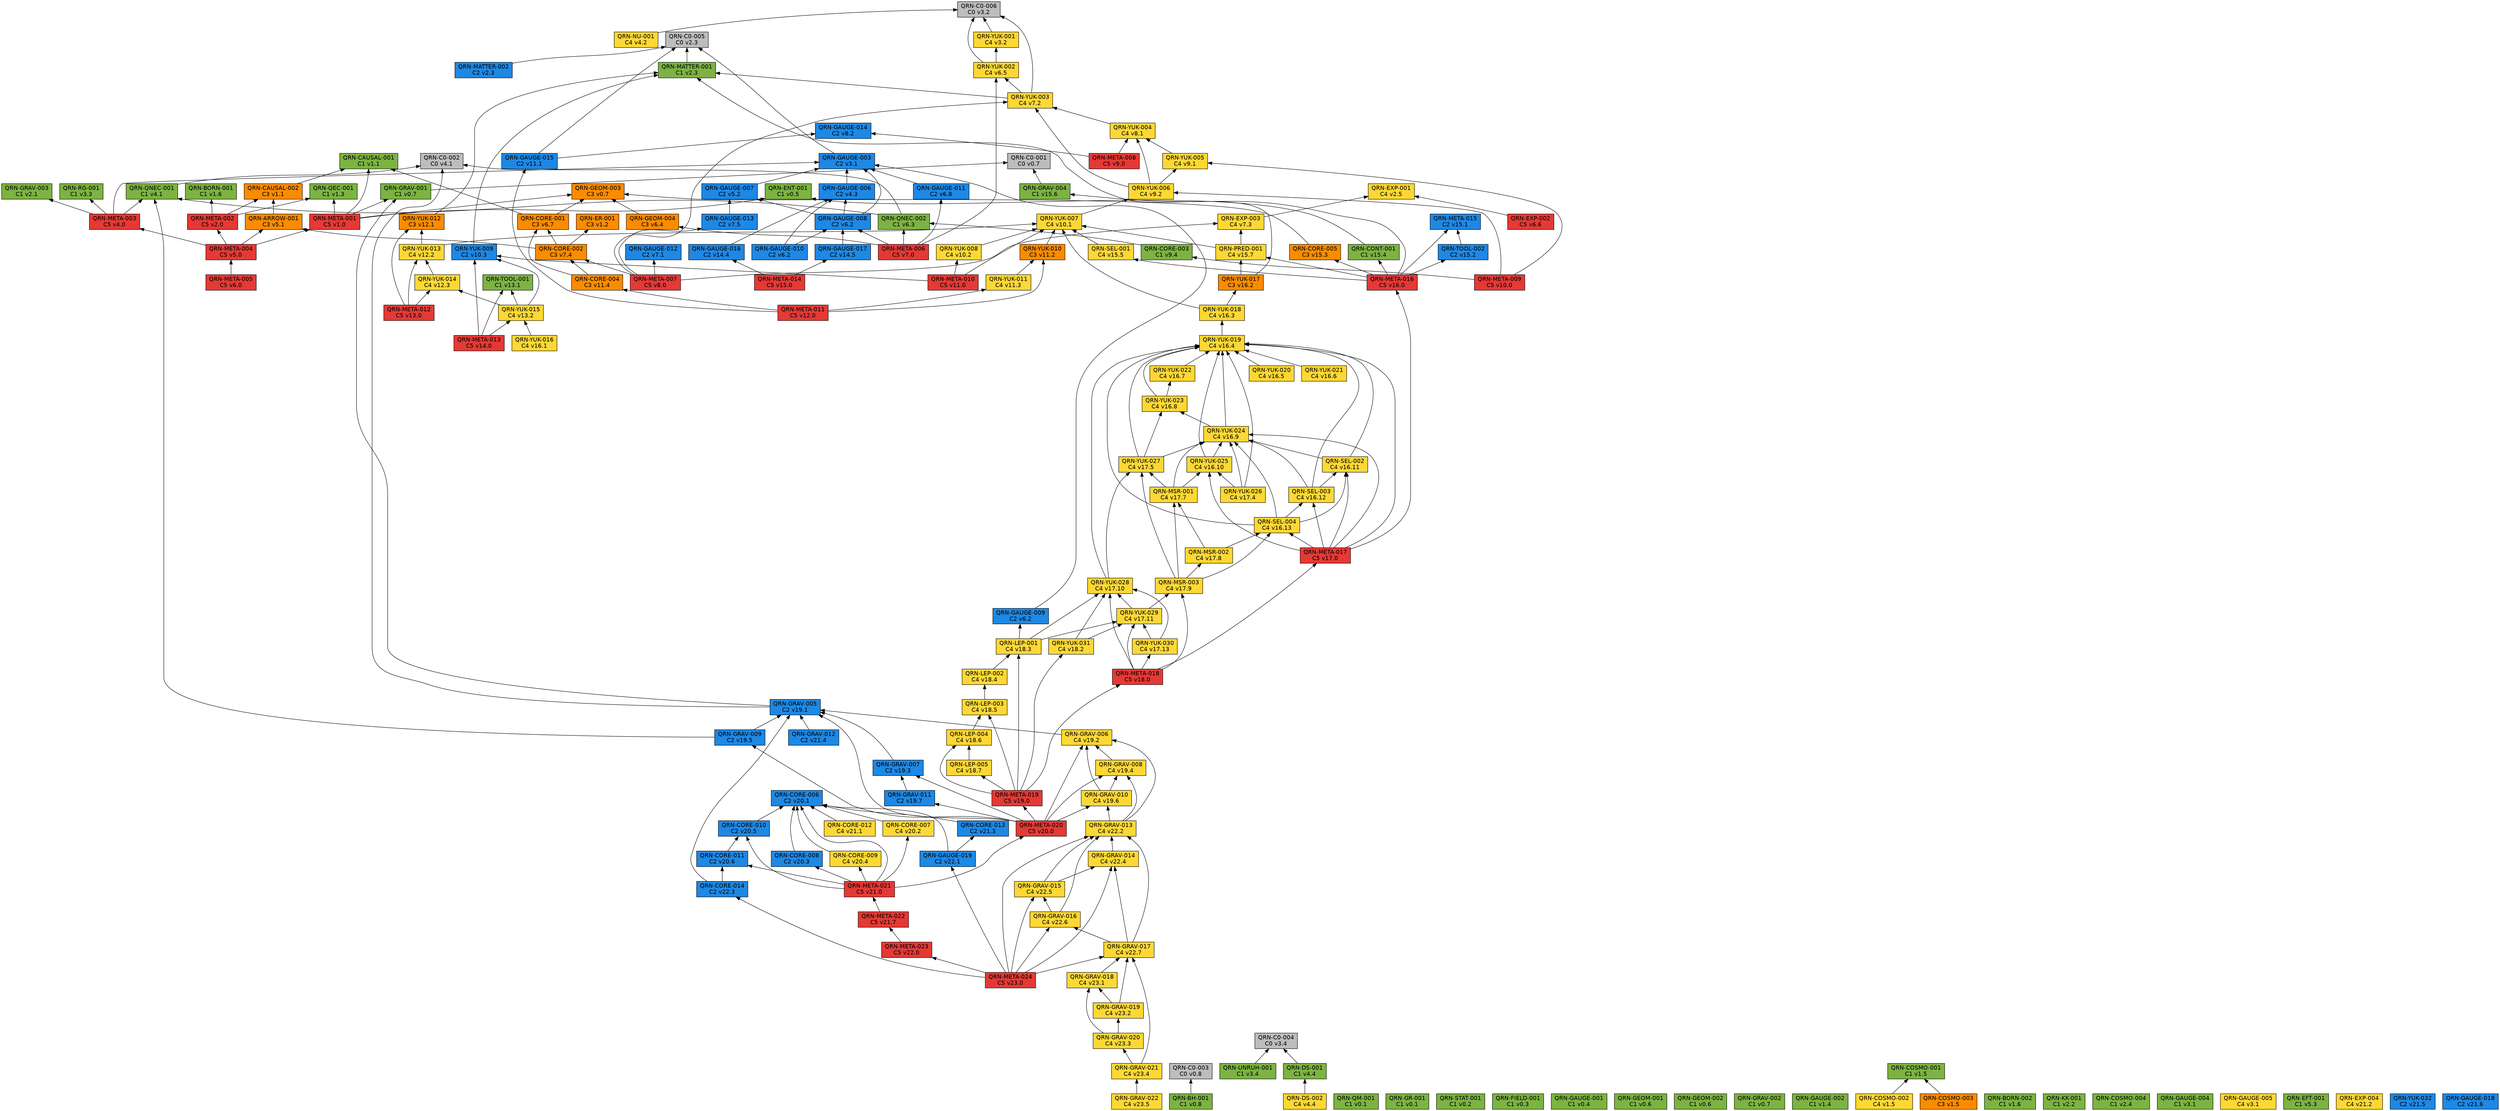
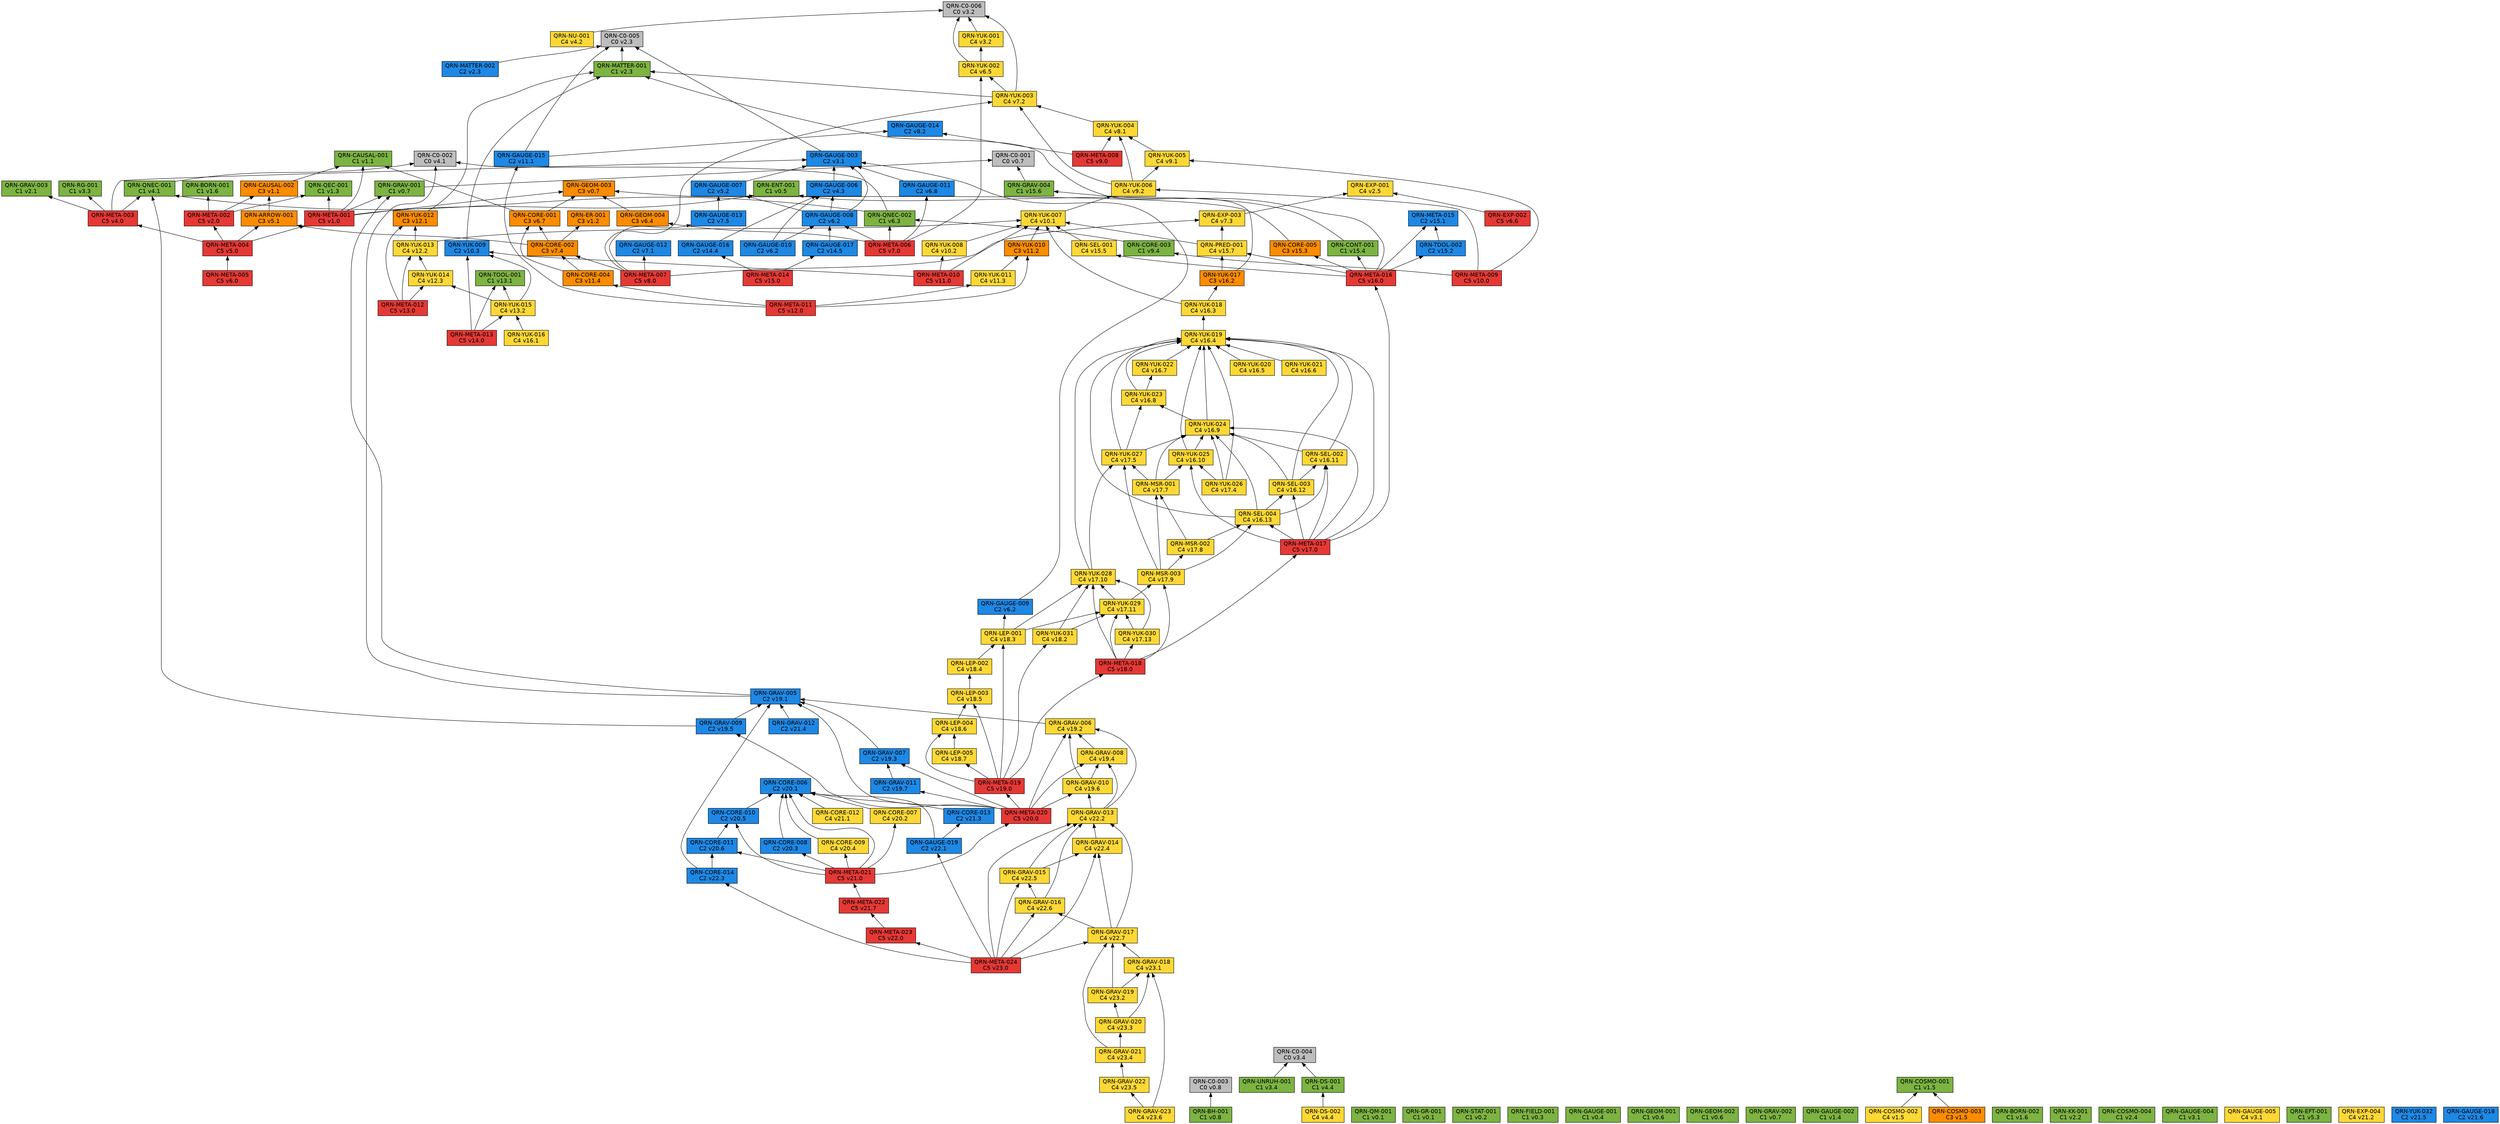
// 自動生成 (dag/report.pl) — QRN 主張依存グラフ
digraph qrn {
  rankdir=BT;
  node [shape=box, style=filled, fontname="Helvetica"];
  "QRN-C0-001" [fillcolor="#bdbdbd", label="QRN-C0-001\nC0 v0.7"];
  "QRN-C0-002" [fillcolor="#bdbdbd", label="QRN-C0-002\nC0 v4.1"];
  "QRN-C0-003" [fillcolor="#bdbdbd", label="QRN-C0-003\nC0 v0.8"];
  "QRN-C0-004" [fillcolor="#bdbdbd", label="QRN-C0-004\nC0 v3.4"];
  "QRN-C0-005" [fillcolor="#bdbdbd", label="QRN-C0-005\nC0 v2.3"];
  "QRN-C0-006" [fillcolor="#bdbdbd", label="QRN-C0-006\nC0 v3.2"];
  "QRN-QM-001" [fillcolor="#7cb342", label="QRN-QM-001\nC1 v0.1"];
  "QRN-GR-001" [fillcolor="#7cb342", label="QRN-GR-001\nC1 v0.1"];
  "QRN-STAT-001" [fillcolor="#7cb342", label="QRN-STAT-001\nC1 v0.2"];
  "QRN-FIELD-001" [fillcolor="#7cb342", label="QRN-FIELD-001\nC1 v0.3"];
  "QRN-GAUGE-001" [fillcolor="#7cb342", label="QRN-GAUGE-001\nC1 v0.4"];
  "QRN-ENT-001" [fillcolor="#7cb342", label="QRN-ENT-001\nC1 v0.5"];
  "QRN-GEOM-001" [fillcolor="#7cb342", label="QRN-GEOM-001\nC1 v0.6"];
  "QRN-GEOM-002" [fillcolor="#7cb342", label="QRN-GEOM-002\nC1 v0.6"];
  "QRN-GEOM-003" [fillcolor="#fb8c00", label="QRN-GEOM-003\nC3 v0.7"];
  "QRN-GRAV-001" [fillcolor="#7cb342", label="QRN-GRAV-001\nC1 v0.7"];
  "QRN-GRAV-002" [fillcolor="#7cb342", label="QRN-GRAV-002\nC1 v0.7"];
  "QRN-BH-001" [fillcolor="#7cb342", label="QRN-BH-001\nC1 v0.8"];
  "QRN-CAUSAL-001" [fillcolor="#7cb342", label="QRN-CAUSAL-001\nC1 v1.1"];
  "QRN-CAUSAL-002" [fillcolor="#fb8c00", label="QRN-CAUSAL-002\nC3 v1.1"];
  "QRN-ER-001" [fillcolor="#fb8c00", label="QRN-ER-001\nC3 v1.2"];
  "QRN-QEC-001" [fillcolor="#7cb342", label="QRN-QEC-001\nC1 v1.3"];
  "QRN-GAUGE-002" [fillcolor="#7cb342", label="QRN-GAUGE-002\nC1 v1.4"];
  "QRN-COSMO-001" [fillcolor="#7cb342", label="QRN-COSMO-001\nC1 v1.5"];
  "QRN-COSMO-002" [fillcolor="#fdd835", label="QRN-COSMO-002\nC4 v1.5"];
  "QRN-COSMO-003" [fillcolor="#fb8c00", label="QRN-COSMO-003\nC3 v1.5"];
  "QRN-BORN-001" [fillcolor="#7cb342", label="QRN-BORN-001\nC1 v1.6"];
  "QRN-BORN-002" [fillcolor="#7cb342", label="QRN-BORN-002\nC1 v1.6"];
  "QRN-GRAV-003" [fillcolor="#7cb342", label="QRN-GRAV-003\nC1 v2.1"];
  "QRN-KK-001" [fillcolor="#7cb342", label="QRN-KK-001\nC1 v2.2"];
  "QRN-MATTER-001" [fillcolor="#7cb342", label="QRN-MATTER-001\nC1 v2.3"];
  "QRN-MATTER-002" [fillcolor="#1e88e5", label="QRN-MATTER-002\nC2 v2.3"];
  "QRN-COSMO-004" [fillcolor="#7cb342", label="QRN-COSMO-004\nC1 v2.4"];
  "QRN-EXP-001" [fillcolor="#fdd835", label="QRN-EXP-001\nC4 v2.5"];
  "QRN-GAUGE-003" [fillcolor="#1e88e5", label="QRN-GAUGE-003\nC2 v3.1"];
  "QRN-GAUGE-004" [fillcolor="#7cb342", label="QRN-GAUGE-004\nC1 v3.1"];
  "QRN-GAUGE-005" [fillcolor="#fdd835", label="QRN-GAUGE-005\nC4 v3.1"];
  "QRN-YUK-001" [fillcolor="#fdd835", label="QRN-YUK-001\nC4 v3.2"];
  "QRN-RG-001" [fillcolor="#7cb342", label="QRN-RG-001\nC1 v3.3"];
  "QRN-UNRUH-001" [fillcolor="#7cb342", label="QRN-UNRUH-001\nC1 v3.4"];
  "QRN-QNEC-001" [fillcolor="#7cb342", label="QRN-QNEC-001\nC1 v4.1"];
  "QRN-NU-001" [fillcolor="#fdd835", label="QRN-NU-001\nC4 v4.2"];
  "QRN-GAUGE-006" [fillcolor="#1e88e5", label="QRN-GAUGE-006\nC2 v4.3"];
  "QRN-DS-001" [fillcolor="#7cb342", label="QRN-DS-001\nC1 v4.4"];
  "QRN-DS-002" [fillcolor="#fdd835", label="QRN-DS-002\nC4 v4.4"];
  "QRN-ARROW-001" [fillcolor="#fb8c00", label="QRN-ARROW-001\nC3 v5.1"];
  "QRN-GAUGE-007" [fillcolor="#1e88e5", label="QRN-GAUGE-007\nC2 v5.2"];
  "QRN-EFT-001" [fillcolor="#7cb342", label="QRN-EFT-001\nC1 v5.3"];
  "QRN-GAUGE-008" [fillcolor="#1e88e5", label="QRN-GAUGE-008\nC2 v6.2"];
  "QRN-GAUGE-009" [fillcolor="#1e88e5", label="QRN-GAUGE-009\nC2 v6.2"];
  "QRN-GAUGE-010" [fillcolor="#1e88e5", label="QRN-GAUGE-010\nC2 v6.2"];
  "QRN-QNEC-002" [fillcolor="#7cb342", label="QRN-QNEC-002\nC1 v6.3"];
  "QRN-GEOM-004" [fillcolor="#fb8c00", label="QRN-GEOM-004\nC3 v6.4"];
  "QRN-YUK-002" [fillcolor="#fdd835", label="QRN-YUK-002\nC4 v6.5"];
  "QRN-EXP-002" [fillcolor="#e53935", label="QRN-EXP-002\nC5 v6.6"];
  "QRN-CORE-001" [fillcolor="#fb8c00", label="QRN-CORE-001\nC3 v6.7"];
  "QRN-GAUGE-011" [fillcolor="#1e88e5", label="QRN-GAUGE-011\nC2 v6.8"];
  "QRN-GAUGE-012" [fillcolor="#1e88e5", label="QRN-GAUGE-012\nC2 v7.1"];
  "QRN-YUK-003" [fillcolor="#fdd835", label="QRN-YUK-003\nC4 v7.2"];
  "QRN-EXP-003" [fillcolor="#fdd835", label="QRN-EXP-003\nC4 v7.3"];
  "QRN-CORE-002" [fillcolor="#fb8c00", label="QRN-CORE-002\nC3 v7.4"];
  "QRN-GAUGE-013" [fillcolor="#1e88e5", label="QRN-GAUGE-013\nC2 v7.5"];
  "QRN-YUK-004" [fillcolor="#fdd835", label="QRN-YUK-004\nC4 v8.1"];
  "QRN-GAUGE-014" [fillcolor="#1e88e5", label="QRN-GAUGE-014\nC2 v8.2"];
  "QRN-META-001" [fillcolor="#e53935", label="QRN-META-001\nC5 v1.0"];
  "QRN-META-002" [fillcolor="#e53935", label="QRN-META-002\nC5 v2.0"];
  "QRN-META-003" [fillcolor="#e53935", label="QRN-META-003\nC5 v4.0"];
  "QRN-META-004" [fillcolor="#e53935", label="QRN-META-004\nC5 v5.0"];
  "QRN-META-005" [fillcolor="#e53935", label="QRN-META-005\nC5 v6.0"];
  "QRN-META-006" [fillcolor="#e53935", label="QRN-META-006\nC5 v7.0"];
  "QRN-META-007" [fillcolor="#e53935", label="QRN-META-007\nC5 v8.0"];
  "QRN-META-008" [fillcolor="#e53935", label="QRN-META-008\nC5 v9.0"];
  "QRN-YUK-005" [fillcolor="#fdd835", label="QRN-YUK-005\nC4 v9.1"];
  "QRN-YUK-006" [fillcolor="#fdd835", label="QRN-YUK-006\nC4 v9.2"];
  "QRN-CORE-003" [fillcolor="#7cb342", label="QRN-CORE-003\nC1 v9.4"];
  "QRN-META-009" [fillcolor="#e53935", label="QRN-META-009\nC5 v10.0"];
  "QRN-YUK-007" [fillcolor="#fdd835", label="QRN-YUK-007\nC4 v10.1"];
  "QRN-YUK-008" [fillcolor="#fdd835", label="QRN-YUK-008\nC4 v10.2"];
  "QRN-YUK-009" [fillcolor="#1e88e5", label="QRN-YUK-009\nC2 v10.3"];
  "QRN-META-010" [fillcolor="#e53935", label="QRN-META-010\nC5 v11.0"];
  "QRN-GAUGE-015" [fillcolor="#1e88e5", label="QRN-GAUGE-015\nC2 v11.1"];
  "QRN-YUK-010" [fillcolor="#fb8c00", label="QRN-YUK-010\nC3 v11.2"];
  "QRN-YUK-011" [fillcolor="#fdd835", label="QRN-YUK-011\nC4 v11.3"];
  "QRN-CORE-004" [fillcolor="#fb8c00", label="QRN-CORE-004\nC3 v11.4"];
  "QRN-META-011" [fillcolor="#e53935", label="QRN-META-011\nC5 v12.0"];
  "QRN-YUK-012" [fillcolor="#fb8c00", label="QRN-YUK-012\nC3 v12.1"];
  "QRN-YUK-013" [fillcolor="#fdd835", label="QRN-YUK-013\nC4 v12.2"];
  "QRN-YUK-014" [fillcolor="#fdd835", label="QRN-YUK-014\nC4 v12.3"];
  "QRN-META-012" [fillcolor="#e53935", label="QRN-META-012\nC5 v13.0"];
  "QRN-TOOL-001" [fillcolor="#7cb342", label="QRN-TOOL-001\nC1 v13.1"];
  "QRN-YUK-015" [fillcolor="#fdd835", label="QRN-YUK-015\nC4 v13.2"];
  "QRN-META-013" [fillcolor="#e53935", label="QRN-META-013\nC5 v14.0"];
  "QRN-GAUGE-016" [fillcolor="#1e88e5", label="QRN-GAUGE-016\nC2 v14.4"];
  "QRN-GAUGE-017" [fillcolor="#1e88e5", label="QRN-GAUGE-017\nC2 v14.5"];
  "QRN-META-014" [fillcolor="#e53935", label="QRN-META-014\nC5 v15.0"];
  "QRN-META-015" [fillcolor="#1e88e5", label="QRN-META-015\nC2 v15.1"];
  "QRN-TOOL-002" [fillcolor="#1e88e5", label="QRN-TOOL-002\nC2 v15.2"];
  "QRN-CORE-005" [fillcolor="#fb8c00", label="QRN-CORE-005\nC3 v15.3"];
  "QRN-CONT-001" [fillcolor="#7cb342", label="QRN-CONT-001\nC1 v15.4"];
  "QRN-SEL-001" [fillcolor="#fdd835", label="QRN-SEL-001\nC4 v15.5"];
  "QRN-GRAV-004" [fillcolor="#7cb342", label="QRN-GRAV-004\nC1 v15.6"];
  "QRN-PRED-001" [fillcolor="#fdd835", label="QRN-PRED-001\nC4 v15.7"];
  "QRN-META-016" [fillcolor="#e53935", label="QRN-META-016\nC5 v16.0"];
  "QRN-YUK-016" [fillcolor="#fdd835", label="QRN-YUK-016\nC4 v16.1"];
  "QRN-YUK-017" [fillcolor="#fb8c00", label="QRN-YUK-017\nC3 v16.2"];
  "QRN-YUK-018" [fillcolor="#fdd835", label="QRN-YUK-018\nC4 v16.3"];
  "QRN-YUK-019" [fillcolor="#fdd835", label="QRN-YUK-019\nC4 v16.4"];
  "QRN-YUK-020" [fillcolor="#fdd835", label="QRN-YUK-020\nC4 v16.5"];
  "QRN-YUK-021" [fillcolor="#fdd835", label="QRN-YUK-021\nC4 v16.6"];
  "QRN-YUK-022" [fillcolor="#fdd835", label="QRN-YUK-022\nC4 v16.7"];
  "QRN-YUK-023" [fillcolor="#fdd835", label="QRN-YUK-023\nC4 v16.8"];
  "QRN-YUK-024" [fillcolor="#fdd835", label="QRN-YUK-024\nC4 v16.9"];
  "QRN-YUK-025" [fillcolor="#fdd835", label="QRN-YUK-025\nC4 v16.10"];
  "QRN-SEL-002" [fillcolor="#fdd835", label="QRN-SEL-002\nC4 v16.11"];
  "QRN-SEL-003" [fillcolor="#fdd835", label="QRN-SEL-003\nC4 v16.12"];
  "QRN-SEL-004" [fillcolor="#fdd835", label="QRN-SEL-004\nC4 v16.13"];
  "QRN-META-017" [fillcolor="#e53935", label="QRN-META-017\nC5 v17.0"];
  "QRN-YUK-026" [fillcolor="#fdd835", label="QRN-YUK-026\nC4 v17.4"];
  "QRN-YUK-027" [fillcolor="#fdd835", label="QRN-YUK-027\nC4 v17.5"];
  "QRN-MSR-001" [fillcolor="#fdd835", label="QRN-MSR-001\nC4 v17.7"];
  "QRN-MSR-002" [fillcolor="#fdd835", label="QRN-MSR-002\nC4 v17.8"];
  "QRN-MSR-003" [fillcolor="#fdd835", label="QRN-MSR-003\nC4 v17.9"];
  "QRN-YUK-028" [fillcolor="#fdd835", label="QRN-YUK-028\nC4 v17.10"];
  "QRN-YUK-029" [fillcolor="#fdd835", label="QRN-YUK-029\nC4 v17.11"];
  "QRN-YUK-030" [fillcolor="#fdd835", label="QRN-YUK-030\nC4 v17.13"];
  "QRN-META-018" [fillcolor="#e53935", label="QRN-META-018\nC5 v18.0"];
  "QRN-YUK-031" [fillcolor="#fdd835", label="QRN-YUK-031\nC4 v18.2"];
  "QRN-LEP-001" [fillcolor="#fdd835", label="QRN-LEP-001\nC4 v18.3"];
  "QRN-LEP-002" [fillcolor="#fdd835", label="QRN-LEP-002\nC4 v18.4"];
  "QRN-LEP-003" [fillcolor="#fdd835", label="QRN-LEP-003\nC4 v18.5"];
  "QRN-LEP-004" [fillcolor="#fdd835", label="QRN-LEP-004\nC4 v18.6"];
  "QRN-LEP-005" [fillcolor="#fdd835", label="QRN-LEP-005\nC4 v18.7"];
  "QRN-META-019" [fillcolor="#e53935", label="QRN-META-019\nC5 v19.0"];
  "QRN-GRAV-005" [fillcolor="#1e88e5", label="QRN-GRAV-005\nC2 v19.1"];
  "QRN-GRAV-006" [fillcolor="#fdd835", label="QRN-GRAV-006\nC4 v19.2"];
  "QRN-GRAV-007" [fillcolor="#1e88e5", label="QRN-GRAV-007\nC2 v19.3"];
  "QRN-GRAV-008" [fillcolor="#fdd835", label="QRN-GRAV-008\nC4 v19.4"];
  "QRN-GRAV-009" [fillcolor="#1e88e5", label="QRN-GRAV-009\nC2 v19.5"];
  "QRN-GRAV-010" [fillcolor="#fdd835", label="QRN-GRAV-010\nC4 v19.6"];
  "QRN-GRAV-011" [fillcolor="#1e88e5", label="QRN-GRAV-011\nC2 v19.7"];
  "QRN-META-020" [fillcolor="#e53935", label="QRN-META-020\nC5 v20.0"];
  "QRN-CORE-006" [fillcolor="#1e88e5", label="QRN-CORE-006\nC2 v20.1"];
  "QRN-CORE-007" [fillcolor="#fdd835", label="QRN-CORE-007\nC4 v20.2"];
  "QRN-CORE-008" [fillcolor="#1e88e5", label="QRN-CORE-008\nC2 v20.3"];
  "QRN-CORE-009" [fillcolor="#fdd835", label="QRN-CORE-009\nC4 v20.4"];
  "QRN-CORE-010" [fillcolor="#1e88e5", label="QRN-CORE-010\nC2 v20.5"];
  "QRN-CORE-011" [fillcolor="#1e88e5", label="QRN-CORE-011\nC2 v20.6"];
  "QRN-META-021" [fillcolor="#e53935", label="QRN-META-021\nC5 v21.0"];
  "QRN-CORE-012" [fillcolor="#fdd835", label="QRN-CORE-012\nC4 v21.1"];
  "QRN-EXP-004" [fillcolor="#fdd835", label="QRN-EXP-004\nC4 v21.2"];
  "QRN-CORE-013" [fillcolor="#1e88e5", label="QRN-CORE-013\nC2 v21.3"];
  "QRN-GRAV-012" [fillcolor="#1e88e5", label="QRN-GRAV-012\nC2 v21.4"];
  "QRN-YUK-032" [fillcolor="#1e88e5", label="QRN-YUK-032\nC2 v21.5"];
  "QRN-GAUGE-018" [fillcolor="#1e88e5", label="QRN-GAUGE-018\nC2 v21.6"];
  "QRN-META-022" [fillcolor="#e53935", label="QRN-META-022\nC5 v21.7"];
  "QRN-META-023" [fillcolor="#e53935", label="QRN-META-023\nC5 v22.0"];
  "QRN-CORE-014" [fillcolor="#1e88e5", label="QRN-CORE-014\nC2 v22.3"];
  "QRN-GRAV-013" [fillcolor="#fdd835", label="QRN-GRAV-013\nC4 v22.2"];
  "QRN-GRAV-014" [fillcolor="#fdd835", label="QRN-GRAV-014\nC4 v22.4"];
  "QRN-GRAV-015" [fillcolor="#fdd835", label="QRN-GRAV-015\nC4 v22.5"];
  "QRN-GRAV-016" [fillcolor="#fdd835", label="QRN-GRAV-016\nC4 v22.6"];
  "QRN-GRAV-017" [fillcolor="#fdd835", label="QRN-GRAV-017\nC4 v22.7"];
  "QRN-GAUGE-019" [fillcolor="#1e88e5", label="QRN-GAUGE-019\nC2 v22.1"];
  "QRN-META-024" [fillcolor="#e53935", label="QRN-META-024\nC5 v23.0"];
  "QRN-GRAV-018" [fillcolor="#fdd835", label="QRN-GRAV-018\nC4 v23.1"];
  "QRN-GRAV-019" [fillcolor="#fdd835", label="QRN-GRAV-019\nC4 v23.2"];
  "QRN-GRAV-020" [fillcolor="#fdd835", label="QRN-GRAV-020\nC4 v23.3"];
  "QRN-GRAV-021" [fillcolor="#fdd835", label="QRN-GRAV-021\nC4 v23.4"];
  "QRN-GRAV-022" [fillcolor="#fdd835", label="QRN-GRAV-022\nC4 v23.5"];
+   "QRN-GRAV-023" [fillcolor="#fdd835", label="QRN-GRAV-023\nC4 v23.6"];
  "QRN-GRAV-001" -> "QRN-C0-001";
  "QRN-BH-001" -> "QRN-C0-003";
  "QRN-CAUSAL-002" -> "QRN-CAUSAL-001";
  "QRN-COSMO-002" -> "QRN-COSMO-001";
  "QRN-COSMO-003" -> "QRN-COSMO-001";
  "QRN-MATTER-001" -> "QRN-C0-005";
  "QRN-MATTER-002" -> "QRN-C0-005";
  "QRN-GAUGE-003" -> "QRN-C0-005";
  "QRN-YUK-001" -> "QRN-C0-006";
  "QRN-UNRUH-001" -> "QRN-C0-004";
  "QRN-QNEC-001" -> "QRN-C0-002";
  "QRN-NU-001" -> "QRN-C0-006";
  "QRN-GAUGE-006" -> "QRN-GAUGE-003";
  "QRN-DS-001" -> "QRN-C0-004";
  "QRN-DS-002" -> "QRN-DS-001";
  "QRN-ARROW-001" -> "QRN-CAUSAL-002";
  "QRN-GAUGE-007" -> "QRN-GAUGE-003";
  "QRN-GAUGE-008" -> "QRN-GAUGE-003";
  "QRN-GAUGE-008" -> "QRN-GAUGE-006";
  "QRN-GAUGE-008" -> "QRN-GAUGE-007";
  "QRN-GAUGE-009" -> "QRN-GAUGE-003";
  "QRN-GAUGE-010" -> "QRN-GAUGE-006";
  "QRN-GAUGE-010" -> "QRN-GAUGE-008";
  "QRN-QNEC-002" -> "QRN-C0-002";
  "QRN-QNEC-002" -> "QRN-QNEC-001";
  "QRN-GEOM-004" -> "QRN-GEOM-003";
  "QRN-YUK-002" -> "QRN-C0-006";
  "QRN-YUK-002" -> "QRN-YUK-001";
  "QRN-EXP-002" -> "QRN-EXP-001";
  "QRN-CORE-001" -> "QRN-GEOM-003";
  "QRN-CORE-001" -> "QRN-CAUSAL-001";
  "QRN-GAUGE-011" -> "QRN-GAUGE-003";
  "QRN-YUK-003" -> "QRN-C0-006";
  "QRN-YUK-003" -> "QRN-MATTER-001";
  "QRN-YUK-003" -> "QRN-YUK-002";
  "QRN-EXP-003" -> "QRN-EXP-001";
  "QRN-CORE-002" -> "QRN-CORE-001";
  "QRN-CORE-002" -> "QRN-ER-001";
  "QRN-CORE-002" -> "QRN-ARROW-001";
  "QRN-GAUGE-013" -> "QRN-GAUGE-007";
  "QRN-YUK-004" -> "QRN-YUK-003";
  "QRN-META-001" -> "QRN-GEOM-003";
  "QRN-META-001" -> "QRN-GRAV-001";
  "QRN-META-001" -> "QRN-CAUSAL-001";
  "QRN-META-001" -> "QRN-QEC-001";
  "QRN-META-001" -> "QRN-ENT-001";
  "QRN-META-002" -> "QRN-QEC-001";
  "QRN-META-002" -> "QRN-BORN-001";
  "QRN-META-002" -> "QRN-CAUSAL-002";
  "QRN-META-003" -> "QRN-GAUGE-003";
  "QRN-META-003" -> "QRN-RG-001";
  "QRN-META-003" -> "QRN-QNEC-001";
  "QRN-META-003" -> "QRN-GRAV-003";
  "QRN-META-004" -> "QRN-META-001";
  "QRN-META-004" -> "QRN-META-002";
  "QRN-META-004" -> "QRN-META-003";
  "QRN-META-004" -> "QRN-ARROW-001";
  "QRN-META-005" -> "QRN-META-004";
  "QRN-META-006" -> "QRN-GAUGE-008";
  "QRN-META-006" -> "QRN-QNEC-002";
  "QRN-META-006" -> "QRN-GEOM-004";
  "QRN-META-006" -> "QRN-YUK-002";
  "QRN-META-006" -> "QRN-GAUGE-011";
  "QRN-META-007" -> "QRN-GAUGE-012";
  "QRN-META-007" -> "QRN-YUK-003";
  "QRN-META-007" -> "QRN-EXP-003";
  "QRN-META-007" -> "QRN-CORE-002";
  "QRN-META-007" -> "QRN-GAUGE-013";
  "QRN-META-008" -> "QRN-YUK-004";
  "QRN-META-008" -> "QRN-GAUGE-014";
  "QRN-YUK-005" -> "QRN-YUK-004";
  "QRN-YUK-006" -> "QRN-YUK-003";
  "QRN-YUK-006" -> "QRN-YUK-004";
  "QRN-YUK-006" -> "QRN-YUK-005";
  "QRN-CORE-003" -> "QRN-QNEC-002";
  "QRN-META-009" -> "QRN-YUK-005";
  "QRN-META-009" -> "QRN-YUK-006";
  "QRN-META-009" -> "QRN-CORE-003";
  "QRN-YUK-007" -> "QRN-YUK-006";
  "QRN-YUK-008" -> "QRN-YUK-007";
  "QRN-YUK-009" -> "QRN-MATTER-001";
  "QRN-META-010" -> "QRN-YUK-007";
  "QRN-META-010" -> "QRN-YUK-008";
  "QRN-META-010" -> "QRN-YUK-009";
  "QRN-GAUGE-015" -> "QRN-C0-005";
  "QRN-GAUGE-015" -> "QRN-GAUGE-014";
  "QRN-YUK-010" -> "QRN-YUK-007";
  "QRN-YUK-011" -> "QRN-YUK-010";
  "QRN-CORE-004" -> "QRN-CORE-001";
  "QRN-CORE-004" -> "QRN-CORE-002";
  "QRN-META-011" -> "QRN-GAUGE-015";
  "QRN-META-011" -> "QRN-YUK-010";
  "QRN-META-011" -> "QRN-YUK-011";
  "QRN-META-011" -> "QRN-CORE-004";
  "QRN-YUK-012" -> "QRN-MATTER-001";
  "QRN-YUK-013" -> "QRN-YUK-012";
  "QRN-YUK-013" -> "QRN-YUK-007";
  "QRN-YUK-014" -> "QRN-YUK-013";
  "QRN-META-012" -> "QRN-YUK-012";
  "QRN-META-012" -> "QRN-YUK-013";
  "QRN-META-012" -> "QRN-YUK-014";
  "QRN-YUK-015" -> "QRN-YUK-014";
  "QRN-YUK-015" -> "QRN-TOOL-001";
  "QRN-YUK-015" -> "QRN-YUK-009";
  "QRN-META-013" -> "QRN-YUK-015";
  "QRN-META-013" -> "QRN-TOOL-001";
  "QRN-META-013" -> "QRN-YUK-009";
  "QRN-GAUGE-016" -> "QRN-GAUGE-006";
  "QRN-GAUGE-017" -> "QRN-GAUGE-008";
  "QRN-META-014" -> "QRN-GAUGE-016";
  "QRN-META-014" -> "QRN-GAUGE-017";
  "QRN-TOOL-002" -> "QRN-META-015";
  "QRN-CORE-005" -> "QRN-GEOM-003";
  "QRN-CONT-001" -> "QRN-ENT-001";
  "QRN-SEL-001" -> "QRN-YUK-007";
  "QRN-GRAV-004" -> "QRN-C0-001";
  "QRN-PRED-001" -> "QRN-YUK-007";
  "QRN-PRED-001" -> "QRN-EXP-003";
  "QRN-META-016" -> "QRN-META-015";
  "QRN-META-016" -> "QRN-TOOL-002";
  "QRN-META-016" -> "QRN-CORE-005";
  "QRN-META-016" -> "QRN-CONT-001";
  "QRN-META-016" -> "QRN-SEL-001";
  "QRN-META-016" -> "QRN-GRAV-004";
  "QRN-META-016" -> "QRN-PRED-001";
  "QRN-YUK-016" -> "QRN-YUK-015";
  "QRN-YUK-017" -> "QRN-MATTER-001";
  "QRN-YUK-017" -> "QRN-PRED-001";
  "QRN-YUK-018" -> "QRN-YUK-017";
  "QRN-YUK-018" -> "QRN-YUK-007";
  "QRN-YUK-019" -> "QRN-YUK-018";
  "QRN-YUK-020" -> "QRN-YUK-019";
  "QRN-YUK-021" -> "QRN-YUK-019";
  "QRN-YUK-022" -> "QRN-YUK-019";
  "QRN-YUK-023" -> "QRN-YUK-019";
  "QRN-YUK-023" -> "QRN-YUK-022";
  "QRN-YUK-024" -> "QRN-YUK-019";
  "QRN-YUK-024" -> "QRN-YUK-023";
  "QRN-YUK-025" -> "QRN-YUK-019";
  "QRN-YUK-025" -> "QRN-YUK-024";
  "QRN-SEL-002" -> "QRN-YUK-019";
  "QRN-SEL-002" -> "QRN-YUK-024";
  "QRN-SEL-003" -> "QRN-YUK-019";
  "QRN-SEL-003" -> "QRN-YUK-024";
  "QRN-SEL-003" -> "QRN-SEL-002";
  "QRN-SEL-004" -> "QRN-YUK-019";
  "QRN-SEL-004" -> "QRN-YUK-024";
  "QRN-SEL-004" -> "QRN-SEL-002";
  "QRN-SEL-004" -> "QRN-SEL-003";
  "QRN-META-017" -> "QRN-META-016";
  "QRN-META-017" -> "QRN-YUK-019";
  "QRN-META-017" -> "QRN-YUK-024";
  "QRN-META-017" -> "QRN-YUK-025";
  "QRN-META-017" -> "QRN-SEL-002";
  "QRN-META-017" -> "QRN-SEL-003";
  "QRN-META-017" -> "QRN-SEL-004";
  "QRN-YUK-026" -> "QRN-YUK-019";
  "QRN-YUK-026" -> "QRN-YUK-024";
  "QRN-YUK-026" -> "QRN-YUK-025";
  "QRN-YUK-027" -> "QRN-YUK-019";
  "QRN-YUK-027" -> "QRN-YUK-023";
  "QRN-YUK-027" -> "QRN-YUK-024";
  "QRN-MSR-001" -> "QRN-YUK-024";
  "QRN-MSR-001" -> "QRN-YUK-025";
  "QRN-MSR-001" -> "QRN-YUK-027";
  "QRN-MSR-002" -> "QRN-SEL-004";
  "QRN-MSR-002" -> "QRN-MSR-001";
  "QRN-MSR-003" -> "QRN-MSR-001";
  "QRN-MSR-003" -> "QRN-MSR-002";
  "QRN-MSR-003" -> "QRN-SEL-004";
  "QRN-MSR-003" -> "QRN-YUK-027";
  "QRN-YUK-028" -> "QRN-YUK-019";
  "QRN-YUK-028" -> "QRN-YUK-027";
  "QRN-YUK-029" -> "QRN-YUK-028";
  "QRN-YUK-029" -> "QRN-MSR-003";
  "QRN-YUK-030" -> "QRN-YUK-028";
  "QRN-YUK-030" -> "QRN-YUK-029";
  "QRN-META-018" -> "QRN-META-017";
  "QRN-META-018" -> "QRN-MSR-003";
  "QRN-META-018" -> "QRN-YUK-028";
  "QRN-META-018" -> "QRN-YUK-029";
  "QRN-META-018" -> "QRN-YUK-030";
  "QRN-YUK-031" -> "QRN-YUK-028";
  "QRN-YUK-031" -> "QRN-YUK-029";
  "QRN-LEP-001" -> "QRN-YUK-028";
  "QRN-LEP-001" -> "QRN-YUK-029";
  "QRN-LEP-001" -> "QRN-GAUGE-009";
  "QRN-LEP-002" -> "QRN-LEP-001";
  "QRN-LEP-003" -> "QRN-LEP-002";
  "QRN-LEP-004" -> "QRN-LEP-003";
  "QRN-LEP-005" -> "QRN-LEP-004";
  "QRN-META-019" -> "QRN-META-018";
  "QRN-META-019" -> "QRN-YUK-031";
  "QRN-META-019" -> "QRN-LEP-001";
  "QRN-META-019" -> "QRN-LEP-003";
  "QRN-META-019" -> "QRN-LEP-004";
  "QRN-META-019" -> "QRN-LEP-005";
  "QRN-GRAV-005" -> "QRN-C0-002";
  "QRN-GRAV-005" -> "QRN-GRAV-001";
  "QRN-GRAV-006" -> "QRN-GRAV-005";
  "QRN-GRAV-007" -> "QRN-GRAV-005";
  "QRN-GRAV-008" -> "QRN-GRAV-006";
  "QRN-GRAV-009" -> "QRN-GRAV-005";
  "QRN-GRAV-009" -> "QRN-QNEC-001";
  "QRN-GRAV-010" -> "QRN-GRAV-006";
  "QRN-GRAV-010" -> "QRN-GRAV-008";
  "QRN-GRAV-011" -> "QRN-GRAV-007";
  "QRN-META-020" -> "QRN-META-019";
  "QRN-META-020" -> "QRN-GRAV-005";
  "QRN-META-020" -> "QRN-GRAV-006";
  "QRN-META-020" -> "QRN-GRAV-007";
  "QRN-META-020" -> "QRN-GRAV-008";
  "QRN-META-020" -> "QRN-GRAV-009";
  "QRN-META-020" -> "QRN-GRAV-010";
  "QRN-META-020" -> "QRN-GRAV-011";
  "QRN-CORE-007" -> "QRN-CORE-006";
  "QRN-CORE-008" -> "QRN-CORE-006";
  "QRN-CORE-009" -> "QRN-CORE-006";
  "QRN-CORE-010" -> "QRN-CORE-006";
  "QRN-CORE-011" -> "QRN-CORE-010";
  "QRN-META-021" -> "QRN-META-020";
  "QRN-META-021" -> "QRN-CORE-006";
  "QRN-META-021" -> "QRN-CORE-007";
  "QRN-META-021" -> "QRN-CORE-008";
  "QRN-META-021" -> "QRN-CORE-009";
  "QRN-META-021" -> "QRN-CORE-010";
  "QRN-META-021" -> "QRN-CORE-011";
  "QRN-CORE-012" -> "QRN-CORE-006";
  "QRN-CORE-013" -> "QRN-CORE-006";
  "QRN-GRAV-012" -> "QRN-GRAV-005";
  "QRN-META-022" -> "QRN-META-021";
  "QRN-META-023" -> "QRN-META-022";
  "QRN-CORE-014" -> "QRN-CORE-011";
  "QRN-CORE-014" -> "QRN-GRAV-005";
  "QRN-GRAV-013" -> "QRN-GRAV-006";
  "QRN-GRAV-013" -> "QRN-GRAV-008";
  "QRN-GRAV-013" -> "QRN-GRAV-010";
  "QRN-GRAV-014" -> "QRN-GRAV-013";
  "QRN-GRAV-015" -> "QRN-GRAV-013";
  "QRN-GRAV-015" -> "QRN-GRAV-014";
  "QRN-GRAV-016" -> "QRN-GRAV-013";
  "QRN-GRAV-016" -> "QRN-GRAV-015";
  "QRN-GRAV-017" -> "QRN-GRAV-013";
  "QRN-GRAV-017" -> "QRN-GRAV-014";
  "QRN-GRAV-017" -> "QRN-GRAV-016";
  "QRN-GAUGE-019" -> "QRN-CORE-006";
  "QRN-GAUGE-019" -> "QRN-CORE-013";
  "QRN-META-024" -> "QRN-CORE-014";
  "QRN-META-024" -> "QRN-GRAV-013";
  "QRN-META-024" -> "QRN-GRAV-014";
  "QRN-META-024" -> "QRN-GRAV-015";
  "QRN-META-024" -> "QRN-GRAV-016";
  "QRN-META-024" -> "QRN-GRAV-017";
  "QRN-META-024" -> "QRN-GAUGE-019";
  "QRN-META-024" -> "QRN-META-023";
  "QRN-GRAV-018" -> "QRN-GRAV-017";
  "QRN-GRAV-019" -> "QRN-GRAV-017";
  "QRN-GRAV-019" -> "QRN-GRAV-018";
  "QRN-GRAV-020" -> "QRN-GRAV-018";
  "QRN-GRAV-020" -> "QRN-GRAV-019";
  "QRN-GRAV-021" -> "QRN-GRAV-017";
  "QRN-GRAV-021" -> "QRN-GRAV-020";
  "QRN-GRAV-022" -> "QRN-GRAV-021";
+   "QRN-GRAV-023" -> "QRN-GRAV-018";
+   "QRN-GRAV-023" -> "QRN-GRAV-022";
}
